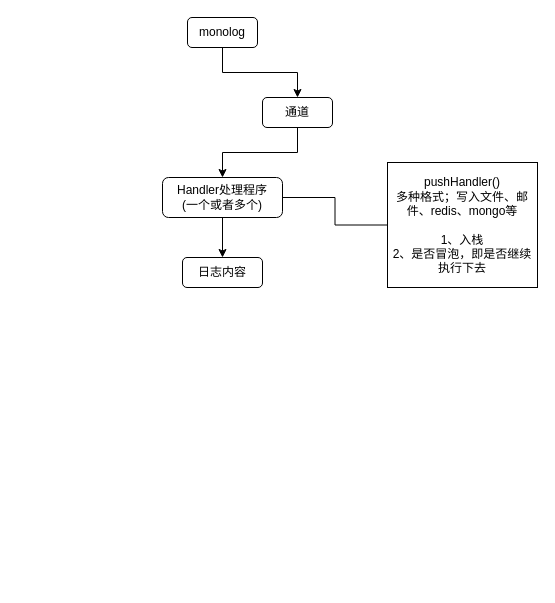
Earlier version of the draw.io diagram monolog调研图.drawio (gongyao1992/draw). Source tidied: cells renumbered, new cells numbered last; positions are measured from the earlier drawing's top-left corner, leaving out a move shared by most shapes. Both pictures are drawn from the tidied source at 100%, with x=0, y=0 at pixel (162, 17).
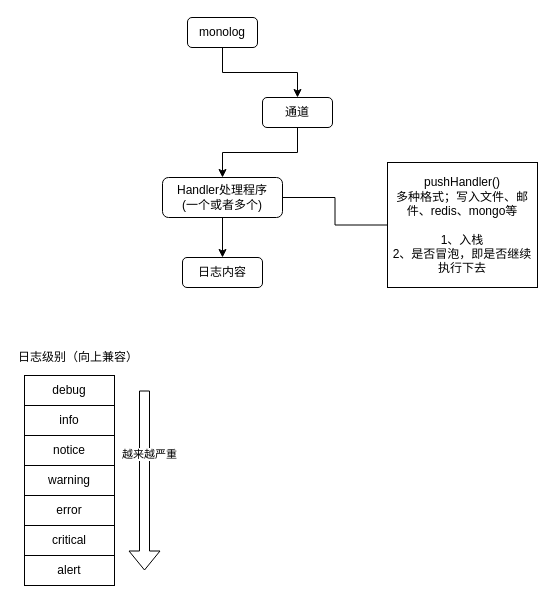
After the change.

Commit message:
更新monolog调研图.drawio

Change to the diagram source:
```diff
@@
+    <mxCell id="11" style="rounded=0;whiteSpace=wrap;html=1;" parent="1" vertex="1">
+      <mxGeometry x="-138" y="358" width="90" height="210" as="geometry" />
+    </mxCell>
+    <mxCell id="12" style="endArrow=none;html=1;" parent="1" edge="1" target="11">
+      <mxGeometry relative="1" as="geometry">
+        <mxPoint x="-138" y="438" as="sourcePoint" />
+      </mxGeometry>
+    </mxCell>
+    <mxCell id="13" value="debug" style="rounded=0;whiteSpace=wrap;html=1;" parent="1" vertex="1">
+      <mxGeometry x="-138" y="358" width="90" height="30" as="geometry" />
+    </mxCell>
+    <mxCell id="14" value="日志级别（向上兼容）" style="text;html=1;strokeColor=none;fillColor=none;align=center;verticalAlign=middle;whiteSpace=wrap;rounded=0;" parent="1" vertex="1">
+      <mxGeometry x="-145" y="325" width="118" height="30" as="geometry" />
+    </mxCell>
+    <mxCell id="15" value="info" style="rounded=0;whiteSpace=wrap;html=1;" parent="1" vertex="1">
+      <mxGeometry x="-138" y="388" width="90" height="30" as="geometry" />
+    </mxCell>
+    <mxCell id="16" value="notice" style="rounded=0;whiteSpace=wrap;html=1;" parent="1" vertex="1">
+      <mxGeometry x="-138" y="418" width="90" height="30" as="geometry" />
+    </mxCell>
+    <mxCell id="17" value="warning" style="rounded=0;whiteSpace=wrap;html=1;" parent="1" vertex="1">
+      <mxGeometry x="-138" y="448" width="90" height="30" as="geometry" />
+    </mxCell>
+    <mxCell id="18" value="error" style="rounded=0;whiteSpace=wrap;html=1;" parent="1" vertex="1">
+      <mxGeometry x="-138" y="478" width="90" height="30" as="geometry" />
+    </mxCell>
+    <mxCell id="19" value="critical" style="rounded=0;whiteSpace=wrap;html=1;" parent="1" vertex="1">
+      <mxGeometry x="-138" y="508" width="90" height="30" as="geometry" />
+    </mxCell>
+    <mxCell id="20" value="alert" style="rounded=0;whiteSpace=wrap;html=1;" parent="1" vertex="1">
+      <mxGeometry x="-138" y="538" width="90" height="30" as="geometry" />
+    </mxCell>
+    <mxCell id="21" style="shape=flexArrow;endArrow=classic;html=1;" parent="1" edge="1">
+      <mxGeometry relative="1" as="geometry">
+        <mxPoint x="-18" y="373" as="sourcePoint" />
+        <mxPoint x="-18" y="553" as="targetPoint" />
+      </mxGeometry>
+    </mxCell>
+    <mxCell id="22" value="越来越严重" style="edgeLabel;html=1;align=center;verticalAlign=middle;" parent="21" vertex="1">
+      <mxGeometry x="-0.3" y="4" relative="1" as="geometry" />
+    </mxCell>
```
